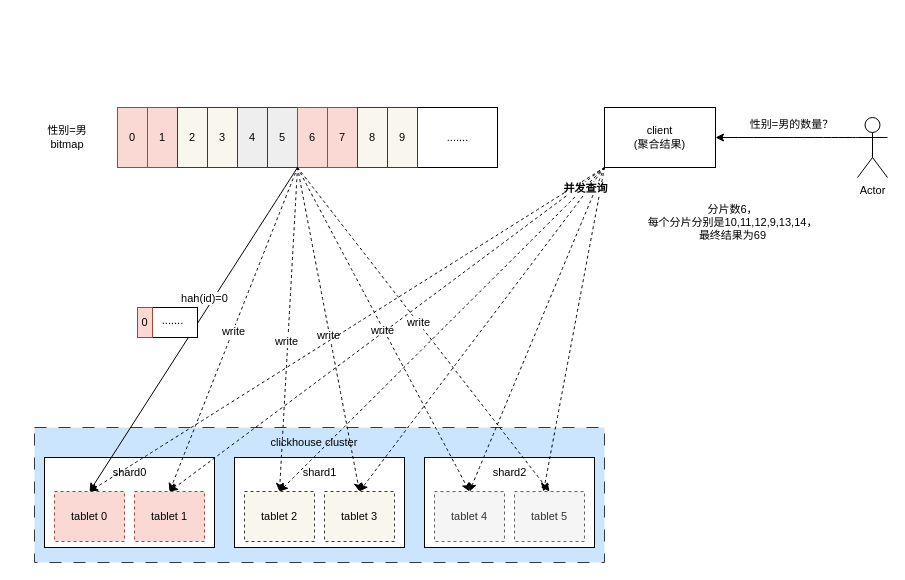
Above: bitmap-id-mapping.drawio in learn2Pro/draw_io_save (draw.io), before the change. Source tidied: cells renumbered, new cells numbered last; positions are measured from the earlier drawing's top-left corner, leaving out a move shared by most shapes. Both pictures are drawn from the tidied source at 100%, with x=0, y=0 at pixel (34, 107).
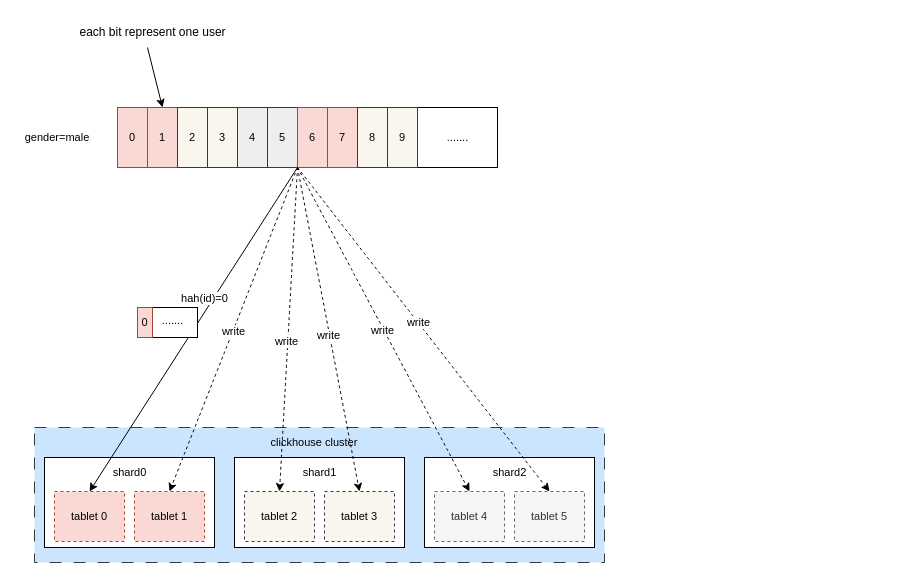
Above is the later version.

Unchanged cells that the change refers to:
```xml
<mxCell id="6" value="tablet 0" style="rounded=0;whiteSpace=wrap;html=1;strokeColor=#ae4132;fontSize=11;fillColor=#fad9d5;dashed=1;" parent="2" vertex="1">
  <mxGeometry x="20" y="64" width="70" height="50" as="geometry" />
</mxCell>
<mxCell id="7" value="tablet 1" style="rounded=0;whiteSpace=wrap;html=1;strokeColor=#ae4132;fontSize=11;fillColor=#fad9d5;dashed=1;" parent="2" vertex="1">
  <mxGeometry x="100" y="64" width="70" height="50" as="geometry" />
</mxCell>
<mxCell id="10" value="tablet 2" style="rounded=0;whiteSpace=wrap;html=1;strokeColor=#36393d;fontSize=11;fillColor=#f9f7ed;dashed=1;" parent="2" vertex="1">
  <mxGeometry x="210" y="64" width="70" height="50" as="geometry" />
</mxCell>
<mxCell id="11" value="tablet 3" style="rounded=0;whiteSpace=wrap;html=1;strokeColor=#36393d;fontSize=11;fillColor=#f9f7ed;dashed=1;" parent="2" vertex="1">
  <mxGeometry x="290" y="64" width="70" height="50" as="geometry" />
</mxCell>
<mxCell id="14" value="tablet 4" style="rounded=0;whiteSpace=wrap;html=1;strokeColor=#666666;fontSize=11;fillColor=#f5f5f5;dashed=1;fontColor=#333333;" parent="2" vertex="1">
  <mxGeometry x="400" y="64" width="70" height="50" as="geometry" />
</mxCell>
<mxCell id="15" value="tablet 5" style="rounded=0;whiteSpace=wrap;html=1;strokeColor=#666666;fontSize=11;fillColor=#f5f5f5;dashed=1;fontColor=#333333;" parent="2" vertex="1">
  <mxGeometry x="480" y="64" width="70" height="50" as="geometry" />
</mxCell>
<mxCell id="20" value="1" style="rounded=0;whiteSpace=wrap;html=1;strokeColor=#ae4132;fontSize=11;fillColor=#fad9d5;" parent="1" vertex="1">
  <mxGeometry x="113" width="30" height="60" as="geometry" />
</mxCell>
```

Diff of the diagram source:
```diff
@@
-    <mxCell id="18" value="性别=男bitmap" style="text;html=1;strokeColor=none;fillColor=none;align=center;verticalAlign=middle;whiteSpace=wrap;rounded=0;fontSize=11;" parent="1" vertex="1">
-      <mxGeometry x="3" width="60" height="60" as="geometry" />
+    <mxCell id="18" value="gender=male&lt;br&gt;" style="text;html=1;strokeColor=none;fillColor=none;align=center;verticalAlign=middle;whiteSpace=wrap;rounded=0;fontSize=11;" parent="1" vertex="1">
+      <mxGeometry x="-17" width="80" height="60" as="geometry" />
     </mxCell>
@@
-    <mxCell id="46" value="client&lt;br&gt;(聚合结果)" style="rounded=0;whiteSpace=wrap;html=1;strokeColor=#000000;fontSize=11;fillColor=default;" parent="1" vertex="1">
-      <mxGeometry x="570" width="111" height="60" as="geometry" />
-    </mxCell>
-    <mxCell id="47" value="Actor" style="shape=umlActor;verticalLabelPosition=bottom;verticalAlign=top;html=1;outlineConnect=0;strokeColor=#000000;fontSize=11;fillColor=default;" parent="1" vertex="1">
-      <mxGeometry x="823" y="10" width="30" height="60" as="geometry" />
-    </mxCell>
-    <mxCell id="48" style="endArrow=classic;html=1;rounded=0;dashed=1;strokeColor=#000000;fontSize=11;curved=1;exitX=0;exitY=1;exitDx=0;exitDy=0;entryX=0.5;entryY=0;entryDx=0;entryDy=0;" parent="1" edge="1" source="46" target="6">
-      <mxGeometry relative="1" as="geometry" />
-    </mxCell>
-    <mxCell id="49" style="endArrow=classic;html=1;rounded=0;dashed=1;strokeColor=#000000;fontSize=11;curved=1;exitX=0;exitY=1;exitDx=0;exitDy=0;entryX=0.5;entryY=0;entryDx=0;entryDy=0;" parent="1" edge="1" source="46" target="7">
-      <mxGeometry relative="1" as="geometry" />
-    </mxCell>
-    <mxCell id="50" style="endArrow=classic;html=1;rounded=0;dashed=1;strokeColor=#000000;fontSize=11;curved=1;entryX=0.5;entryY=0;entryDx=0;entryDy=0;exitX=0;exitY=1;exitDx=0;exitDy=0;" parent="1" edge="1" source="46" target="10">
-      <mxGeometry relative="1" as="geometry" />
-    </mxCell>
-    <mxCell id="51" style="endArrow=classic;html=1;rounded=0;dashed=1;strokeColor=#000000;fontSize=11;curved=1;exitX=0;exitY=1;exitDx=0;exitDy=0;entryX=0.5;entryY=0;entryDx=0;entryDy=0;" parent="1" edge="1" source="46" target="11">
-      <mxGeometry relative="1" as="geometry" />
-    </mxCell>
-    <mxCell id="52" style="endArrow=classic;html=1;rounded=0;dashed=1;strokeColor=#000000;fontSize=11;curved=1;entryX=0.5;entryY=0;entryDx=0;entryDy=0;exitX=0;exitY=1;exitDx=0;exitDy=0;" parent="1" edge="1" source="46" target="14">
-      <mxGeometry relative="1" as="geometry" />
-    </mxCell>
-    <mxCell id="53" style="endArrow=classic;html=1;rounded=0;dashed=1;strokeColor=#000000;fontSize=11;curved=1;entryX=0.414;entryY=0;entryDx=0;entryDy=0;entryPerimeter=0;exitX=0;exitY=1;exitDx=0;exitDy=0;" parent="1" edge="1" source="46" target="15">
-      <mxGeometry relative="1" as="geometry" />
-    </mxCell>
-    <mxCell id="54" value="&lt;b&gt;并发查询&lt;/b&gt;" style="edgeLabel;html=1;align=center;verticalAlign=middle;fontSize=11;" parent="53" vertex="1">
-      <mxGeometry x="-0.67" relative="1" as="geometry">
-        <mxPoint x="-10" y="-33" as="offset" />
-      </mxGeometry>
-    </mxCell>
-    <mxCell id="55" style="endArrow=classic;html=1;rounded=0;strokeColor=#000000;fontSize=11;curved=1;exitX=0;exitY=0.3333333333333333;exitDx=0;exitDy=0;exitPerimeter=0;" parent="1" edge="1" source="47" target="46">
-      <mxGeometry relative="1" as="geometry" />
-    </mxCell>
-    <mxCell id="56" value="性别=男的数量？" style="edgeLabel;html=1;align=center;verticalAlign=middle;fontSize=11;" parent="55" vertex="1">
-      <mxGeometry x="0.1" y="-2" relative="1" as="geometry">
-        <mxPoint x="11" y="-12" as="offset" />
-      </mxGeometry>
-    </mxCell>
-    <mxCell id="57" value="分片数6，&lt;br style=&quot;border-color: var(--border-color);&quot;&gt;&lt;span style=&quot;background-color: rgb(255, 255, 255);&quot;&gt;每个分片分别是10,11,12,9,13,14，&lt;/span&gt;&lt;br style=&quot;border-color: var(--border-color);&quot;&gt;&lt;span style=&quot;background-color: rgb(255, 255, 255);&quot;&gt;最终结果为69&lt;/span&gt;" style="text;html=1;align=center;verticalAlign=middle;strokeColor=none;fillColor=none;fontSize=11;" parent="1" vertex="1">
-      <mxGeometry x="603" y="90" width="190" height="50" as="geometry" />
-    </mxCell>
+    <mxCell id="58" style="endArrow=classic;html=1;rounded=0;entryX=0.5;entryY=0;entryDx=0;entryDy=0;" parent="1" edge="1" target="20">
+      <mxGeometry relative="1" as="geometry">
+        <mxPoint x="113" y="-60" as="sourcePoint" />
+      </mxGeometry>
+    </mxCell>
+    <mxCell id="59" value="each bit represent one user" style="text;html=1;align=center;verticalAlign=middle;strokeColor=none;fillColor=none;" parent="1" vertex="1">
+      <mxGeometry x="33" y="-90" width="170" height="30" as="geometry" />
+    </mxCell>
```
